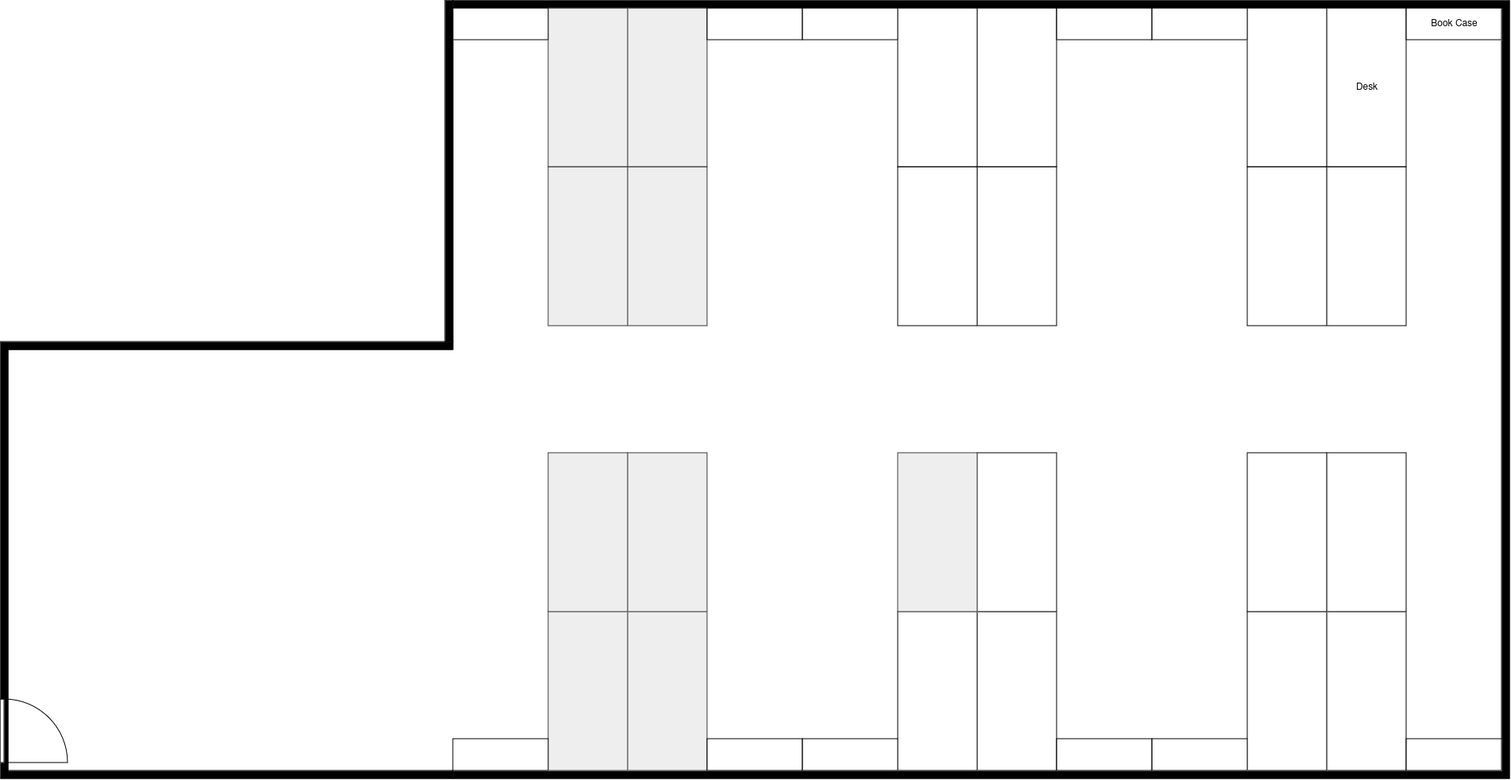
Earlier version of the draw.io export a201.drawio.png (harwoodr/drawio). Source tidied: cells renumbered, new cells last; positions are measured from the earlier drawing's top-left corner, leaving out a move shared by most shapes. Its diagram source:
```xml
<mxGraphModel>
  <root>
    <mxCell id="0" />
    <mxCell id="1" parent="0" />
    <mxCell id="2" style="verticalLabelPosition=bottom;html=1;verticalAlign=top;align=center;shape=mxgraph.floorplan.wallU;fillColor=strokeColor;direction=south;" parent="1" vertex="1">
      <mxGeometry x="570" width="1330" height="980" as="geometry" />
    </mxCell>
    <mxCell id="3" value="Desk" style="shape=rect;shadow=0;html=1;direction=south;" parent="1" vertex="1">
      <mxGeometry x="1670" y="10" width="100" height="200" as="geometry" />
    </mxCell>
    <mxCell id="4" style="verticalLabelPosition=bottom;html=1;verticalAlign=top;align=center;shape=mxgraph.floorplan.wallU;fillColor=strokeColor;direction=north;" parent="1" vertex="1">
      <mxGeometry y="430" width="570" height="550" as="geometry" />
    </mxCell>
    <mxCell id="5" style="verticalLabelPosition=bottom;html=1;verticalAlign=top;align=center;shape=mxgraph.floorplan.wall;fillColor=strokeColor;direction=south;" parent="1" vertex="1">
      <mxGeometry x="560" width="10" height="430" as="geometry" />
    </mxCell>
    <mxCell id="6" style="verticalLabelPosition=bottom;html=1;verticalAlign=top;align=center;shape=mxgraph.floorplan.doorLeft;direction=north;" parent="1" vertex="1">
      <mxGeometry y="880" width="85" height="80" as="geometry" />
    </mxCell>
    <mxCell id="7" style="shape=rect;shadow=0;html=1;direction=south;" parent="1" vertex="1">
      <mxGeometry x="1570" y="10" width="100" height="200" as="geometry" />
    </mxCell>
    <mxCell id="8" style="shape=rect;shadow=0;html=1;direction=south;" parent="1" vertex="1">
      <mxGeometry x="1230" y="10" width="100" height="200" as="geometry" />
    </mxCell>
    <mxCell id="9" style="shape=rect;shadow=0;html=1;direction=south;" parent="1" vertex="1">
      <mxGeometry x="1130" y="10" width="100" height="200" as="geometry" />
    </mxCell>
    <mxCell id="10" style="shape=rect;shadow=0;html=1;direction=south;fillColor=#eeeeee;strokeColor=#36393d;" parent="1" vertex="1">
      <mxGeometry x="790" y="10" width="100" height="200" as="geometry" />
    </mxCell>
    <mxCell id="11" style="shape=rect;shadow=0;html=1;direction=south;fillColor=#eeeeee;strokeColor=#36393d;" parent="1" vertex="1">
      <mxGeometry x="690" y="10" width="100" height="200" as="geometry" />
    </mxCell>
    <mxCell id="12" style="shape=rect;shadow=0;html=1;direction=south;" parent="1" vertex="1">
      <mxGeometry x="1670" y="770" width="100" height="200" as="geometry" />
    </mxCell>
    <mxCell id="13" style="shape=rect;shadow=0;html=1;direction=south;" parent="1" vertex="1">
      <mxGeometry x="1570" y="770" width="100" height="200" as="geometry" />
    </mxCell>
    <mxCell id="14" style="shape=rect;shadow=0;html=1;direction=south;" parent="1" vertex="1">
      <mxGeometry x="1230" y="770" width="100" height="200" as="geometry" />
    </mxCell>
    <mxCell id="15" style="shape=rect;shadow=0;html=1;direction=south;" parent="1" vertex="1">
      <mxGeometry x="1130" y="770" width="100" height="200" as="geometry" />
    </mxCell>
    <mxCell id="16" style="shape=rect;shadow=0;html=1;direction=south;fillColor=#eeeeee;strokeColor=#36393d;" parent="1" vertex="1">
      <mxGeometry x="790" y="770" width="100" height="200" as="geometry" />
    </mxCell>
    <mxCell id="17" style="shape=rect;shadow=0;html=1;direction=south;fillColor=#eeeeee;strokeColor=#36393d;" parent="1" vertex="1">
      <mxGeometry x="690" y="770" width="100" height="200" as="geometry" />
    </mxCell>
    <mxCell id="18" style="shape=rect;shadow=0;html=1;direction=south;" parent="1" vertex="1">
      <mxGeometry x="1670" y="210" width="100" height="200" as="geometry" />
    </mxCell>
    <mxCell id="19" style="shape=rect;shadow=0;html=1;direction=south;" parent="1" vertex="1">
      <mxGeometry x="1570" y="210" width="100" height="200" as="geometry" />
    </mxCell>
    <mxCell id="20" style="shape=rect;shadow=0;html=1;direction=south;fillColor=#eeeeee;strokeColor=#36393d;" parent="1" vertex="1">
      <mxGeometry x="790" y="210" width="100" height="200" as="geometry" />
    </mxCell>
    <mxCell id="21" style="shape=rect;shadow=0;html=1;direction=south;fillColor=#eeeeee;strokeColor=#36393d;" parent="1" vertex="1">
      <mxGeometry x="690" y="210" width="100" height="200" as="geometry" />
    </mxCell>
    <mxCell id="22" style="shape=rect;shadow=0;html=1;direction=south;" parent="1" vertex="1">
      <mxGeometry x="1230" y="210" width="100" height="200" as="geometry" />
    </mxCell>
    <mxCell id="23" style="shape=rect;shadow=0;html=1;direction=south;" parent="1" vertex="1">
      <mxGeometry x="1130" y="210" width="100" height="200" as="geometry" />
    </mxCell>
    <mxCell id="24" style="shape=rect;shadow=0;html=1;direction=south;fillColor=#eeeeee;strokeColor=#36393d;" parent="1" vertex="1">
      <mxGeometry x="790" y="570" width="100" height="200" as="geometry" />
    </mxCell>
    <mxCell id="25" style="shape=rect;shadow=0;html=1;direction=south;fillColor=#eeeeee;strokeColor=#36393d;" parent="1" vertex="1">
      <mxGeometry x="690" y="570" width="100" height="200" as="geometry" />
    </mxCell>
    <mxCell id="26" style="shape=rect;shadow=0;html=1;direction=south;" parent="1" vertex="1">
      <mxGeometry x="1230" y="570" width="100" height="200" as="geometry" />
    </mxCell>
    <mxCell id="27" style="shape=rect;shadow=0;html=1;direction=south;fillColor=#eeeeee;strokeColor=#36393d;" parent="1" vertex="1">
      <mxGeometry x="1130" y="570" width="100" height="200" as="geometry" />
    </mxCell>
    <mxCell id="28" style="shape=rect;shadow=0;html=1;direction=south;" parent="1" vertex="1">
      <mxGeometry x="1670" y="570" width="100" height="200" as="geometry" />
    </mxCell>
    <mxCell id="29" style="shape=rect;shadow=0;html=1;direction=south;" parent="1" vertex="1">
      <mxGeometry x="1570" y="570" width="100" height="200" as="geometry" />
    </mxCell>
    <mxCell id="30" style="shape=rect;shadow=0;html=1;direction=west;" parent="1" vertex="1">
      <mxGeometry x="570" y="10" width="120" height="40" as="geometry" />
    </mxCell>
    <mxCell id="31" style="shape=rect;shadow=0;html=1;direction=west;" parent="1" vertex="1">
      <mxGeometry x="890" y="10" width="120" height="40" as="geometry" />
    </mxCell>
    <mxCell id="32" style="shape=rect;shadow=0;html=1;direction=west;" parent="1" vertex="1">
      <mxGeometry x="1010" y="10" width="120" height="40" as="geometry" />
    </mxCell>
    <mxCell id="33" style="shape=rect;shadow=0;html=1;direction=west;" parent="1" vertex="1">
      <mxGeometry x="1330" y="10" width="120" height="40" as="geometry" />
    </mxCell>
    <mxCell id="34" style="shape=rect;shadow=0;html=1;direction=west;" parent="1" vertex="1">
      <mxGeometry x="1450" y="10" width="120" height="40" as="geometry" />
    </mxCell>
    <mxCell id="35" style="shape=rect;shadow=0;html=1;direction=west;" parent="1" vertex="1">
      <mxGeometry x="890" y="930" width="120" height="40" as="geometry" />
    </mxCell>
    <mxCell id="36" style="shape=rect;shadow=0;html=1;direction=west;" parent="1" vertex="1">
      <mxGeometry x="1010" y="930" width="120" height="40" as="geometry" />
    </mxCell>
    <mxCell id="37" style="shape=rect;shadow=0;html=1;direction=west;" parent="1" vertex="1">
      <mxGeometry x="1330" y="930" width="120" height="40" as="geometry" />
    </mxCell>
    <mxCell id="38" style="shape=rect;shadow=0;html=1;direction=west;" parent="1" vertex="1">
      <mxGeometry x="1450" y="930" width="120" height="40" as="geometry" />
    </mxCell>
    <mxCell id="39" style="shape=rect;shadow=0;html=1;direction=west;" parent="1" vertex="1">
      <mxGeometry x="1770" y="930" width="120" height="40" as="geometry" />
    </mxCell>
    <mxCell id="40" value="Book Case" style="shape=rect;shadow=0;html=1;direction=west;" parent="1" vertex="1">
      <mxGeometry x="1770" y="10" width="120" height="40" as="geometry" />
    </mxCell>
    <mxCell id="41" style="shape=rect;shadow=0;html=1;direction=west;" parent="1" vertex="1">
      <mxGeometry x="570" y="930" width="120" height="40" as="geometry" />
    </mxCell>
  </root>
</mxGraphModel>
```
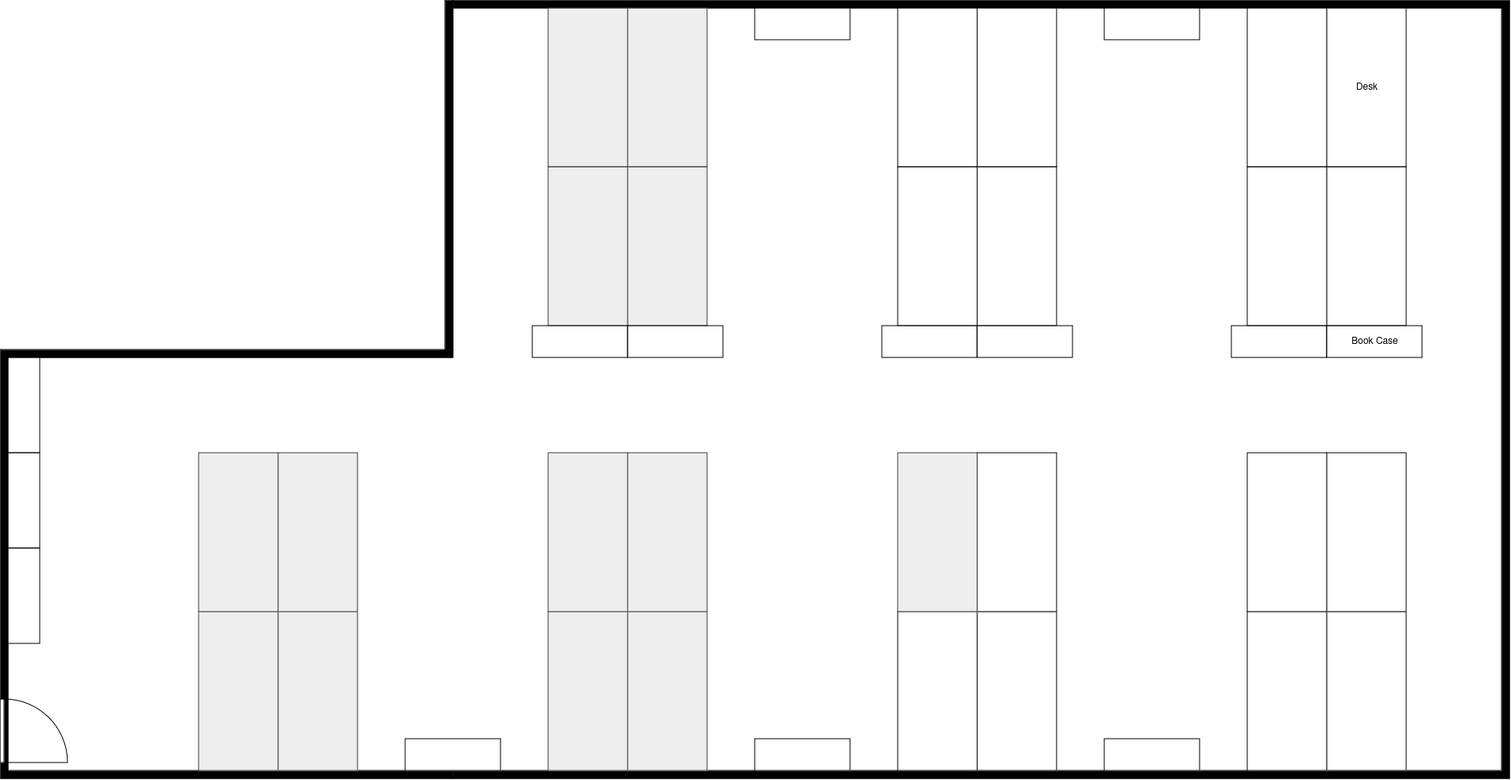
After the commit.

Change to the diagram source:
```diff
@@ -9,10 +9,10 @@
       <mxGeometry x="1670" y="10" width="100" height="200" as="geometry" />
     </mxCell>
     <mxCell id="4" style="verticalLabelPosition=bottom;html=1;verticalAlign=top;align=center;shape=mxgraph.floorplan.wallU;fillColor=strokeColor;direction=north;" parent="1" vertex="1">
-      <mxGeometry y="430" width="570" height="550" as="geometry" />
+      <mxGeometry y="440" width="570" height="540" as="geometry" />
     </mxCell>
     <mxCell id="5" style="verticalLabelPosition=bottom;html=1;verticalAlign=top;align=center;shape=mxgraph.floorplan.wall;fillColor=strokeColor;direction=south;" parent="1" vertex="1">
-      <mxGeometry x="560" width="10" height="430" as="geometry" />
+      <mxGeometry x="560" width="10" height="440" as="geometry" />
     </mxCell>
     <mxCell id="6" style="verticalLabelPosition=bottom;html=1;verticalAlign=top;align=center;shape=mxgraph.floorplan.doorLeft;direction=north;" parent="1" vertex="1">
       <mxGeometry y="880" width="85" height="80" as="geometry" />
@@ -87,40 +87,58 @@
       <mxGeometry x="1570" y="570" width="100" height="200" as="geometry" />
     </mxCell>
     <mxCell id="30" style="shape=rect;shadow=0;html=1;direction=west;" parent="1" vertex="1">
-      <mxGeometry x="570" y="10" width="120" height="40" as="geometry" />
+      <mxGeometry x="670" y="410" width="120" height="40" as="geometry" />
     </mxCell>
     <mxCell id="31" style="shape=rect;shadow=0;html=1;direction=west;" parent="1" vertex="1">
-      <mxGeometry x="890" y="10" width="120" height="40" as="geometry" />
+      <mxGeometry x="790" y="410" width="120" height="40" as="geometry" />
     </mxCell>
     <mxCell id="32" style="shape=rect;shadow=0;html=1;direction=west;" parent="1" vertex="1">
-      <mxGeometry x="1010" y="10" width="120" height="40" as="geometry" />
+      <mxGeometry x="1110" y="410" width="120" height="40" as="geometry" />
     </mxCell>
     <mxCell id="33" style="shape=rect;shadow=0;html=1;direction=west;" parent="1" vertex="1">
-      <mxGeometry x="1330" y="10" width="120" height="40" as="geometry" />
+      <mxGeometry x="1230" y="410" width="120" height="40" as="geometry" />
     </mxCell>
     <mxCell id="34" style="shape=rect;shadow=0;html=1;direction=west;" parent="1" vertex="1">
-      <mxGeometry x="1450" y="10" width="120" height="40" as="geometry" />
+      <mxGeometry x="1550" y="410" width="120" height="40" as="geometry" />
     </mxCell>
-    <mxCell id="35" style="shape=rect;shadow=0;html=1;direction=west;" parent="1" vertex="1">
-      <mxGeometry x="890" y="930" width="120" height="40" as="geometry" />
-    </mxCell>
-    <mxCell id="36" style="shape=rect;shadow=0;html=1;direction=west;" parent="1" vertex="1">
-      <mxGeometry x="1010" y="930" width="120" height="40" as="geometry" />
-    </mxCell>
-    <mxCell id="37" style="shape=rect;shadow=0;html=1;direction=west;" parent="1" vertex="1">
-      <mxGeometry x="1330" y="930" width="120" height="40" as="geometry" />
-    </mxCell>
-    <mxCell id="38" style="shape=rect;shadow=0;html=1;direction=west;" parent="1" vertex="1">
-      <mxGeometry x="1450" y="930" width="120" height="40" as="geometry" />
-    </mxCell>
-    <mxCell id="39" style="shape=rect;shadow=0;html=1;direction=west;" parent="1" vertex="1">
-      <mxGeometry x="1770" y="930" width="120" height="40" as="geometry" />
-    </mxCell>
     <mxCell id="40" value="Book Case" style="shape=rect;shadow=0;html=1;direction=west;" parent="1" vertex="1">
-      <mxGeometry x="1770" y="10" width="120" height="40" as="geometry" />
+      <mxGeometry x="1670" y="410" width="120" height="40" as="geometry" />
     </mxCell>
-    <mxCell id="41" style="shape=rect;shadow=0;html=1;direction=west;" parent="1" vertex="1">
-      <mxGeometry x="570" y="930" width="120" height="40" as="geometry" />
-    </mxCell>
+    <mxCell id="42" style="shape=rect;shadow=0;html=1;direction=south;fillColor=#eeeeee;strokeColor=#36393d;" parent="1" vertex="1">
+      <mxGeometry x="350" y="770" width="100" height="200" as="geometry" />
+    </mxCell>
+    <mxCell id="43" style="shape=rect;shadow=0;html=1;direction=south;fillColor=#eeeeee;strokeColor=#36393d;" parent="1" vertex="1">
+      <mxGeometry x="250" y="770" width="100" height="200" as="geometry" />
+    </mxCell>
+    <mxCell id="44" style="shape=rect;shadow=0;html=1;direction=south;fillColor=#eeeeee;strokeColor=#36393d;" parent="1" vertex="1">
+      <mxGeometry x="350" y="570" width="100" height="200" as="geometry" />
+    </mxCell>
+    <mxCell id="45" style="shape=rect;shadow=0;html=1;direction=south;fillColor=#eeeeee;strokeColor=#36393d;" parent="1" vertex="1">
+      <mxGeometry x="250" y="570" width="100" height="200" as="geometry" />
+    </mxCell>
+    <mxCell id="46" style="shape=rect;shadow=0;html=1;direction=north;" parent="1" vertex="1">
+      <mxGeometry x="10" y="450" width="40" height="120" as="geometry" />
+    </mxCell>
+    <mxCell id="47" style="shape=rect;shadow=0;html=1;direction=north;" parent="1" vertex="1">
+      <mxGeometry x="10" y="570" width="40" height="120" as="geometry" />
+    </mxCell>
+    <mxCell id="48" style="shape=rect;shadow=0;html=1;direction=north;" parent="1" vertex="1">
+      <mxGeometry x="10" y="690" width="40" height="120" as="geometry" />
+    </mxCell>
+    <mxCell id="49" style="shape=rect;shadow=0;html=1;direction=west;" parent="1" vertex="1">
+      <mxGeometry x="950" y="10" width="120" height="40" as="geometry" />
+    </mxCell>
+    <mxCell id="50" style="shape=rect;shadow=0;html=1;direction=west;" parent="1" vertex="1">
+      <mxGeometry x="1390" y="10" width="120" height="40" as="geometry" />
+    </mxCell>
+    <mxCell id="51" style="shape=rect;shadow=0;html=1;direction=west;" parent="1" vertex="1">
+      <mxGeometry x="950" y="930" width="120" height="40" as="geometry" />
+    </mxCell>
+    <mxCell id="52" style="shape=rect;shadow=0;html=1;direction=west;" parent="1" vertex="1">
+      <mxGeometry x="1390" y="930" width="120" height="40" as="geometry" />
+    </mxCell>
+    <mxCell id="53" style="shape=rect;shadow=0;html=1;direction=west;" parent="1" vertex="1">
+      <mxGeometry x="510" y="930" width="120" height="40" as="geometry" />
+    </mxCell>
   </root>
 </mxGraphModel>
```
